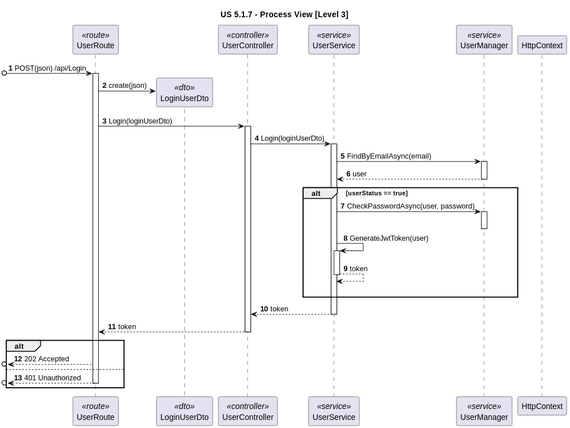
The PlantUML diagram docs/sprint-1/us-5.1.7/diagrams/level-3-process-view.svg in rita-barbosa/LAPR5-2425, before a commit. Its diagram source:
```plantuml
@startuml
title "US 5.1.7 - Process View [Level 3]"

autonumber
participant "UserRoute" as ROUTE <<route>>
participant "LoginUserDto" as DTO <<dto>>
participant "UserController" as CTRL <<controller>>
participant "UserService" as SVC <<service>>
participant "UserManager" as IEL <<service>>
participant "HttpContext" as HC

[o-> ROUTE: POST(json) /api/Login
activate ROUTE

ROUTE -> DTO **: create(json)

ROUTE -> CTRL: Login(loginUserDto)
activate CTRL

CTRL ->  SVC: Login(loginUserDto)
activate SVC

SVC -> IEL : FindByEmailAsync(email)
activate IEL

IEL --> SVC : user
deactivate IEL

alt userStatus == true
    SVC -> IEL: CheckPasswordAsync(user, password)
    activate IEL
    deactivate IEL

    SVC -> SVC: GenerateJwtToken(user)
    activate SVC

    SVC --> SVC: token
    deactivate SVC
    |||
end alt


SVC --> CTRL: token
deactivate SVC

CTRL --> ROUTE: token
deactivate CTRL

alt
[o<-- ROUTE : 202 Accepted

else

[o<-- ROUTE : 401 Unauthorized
deactivate ROUTE
end alt
@enduml
```
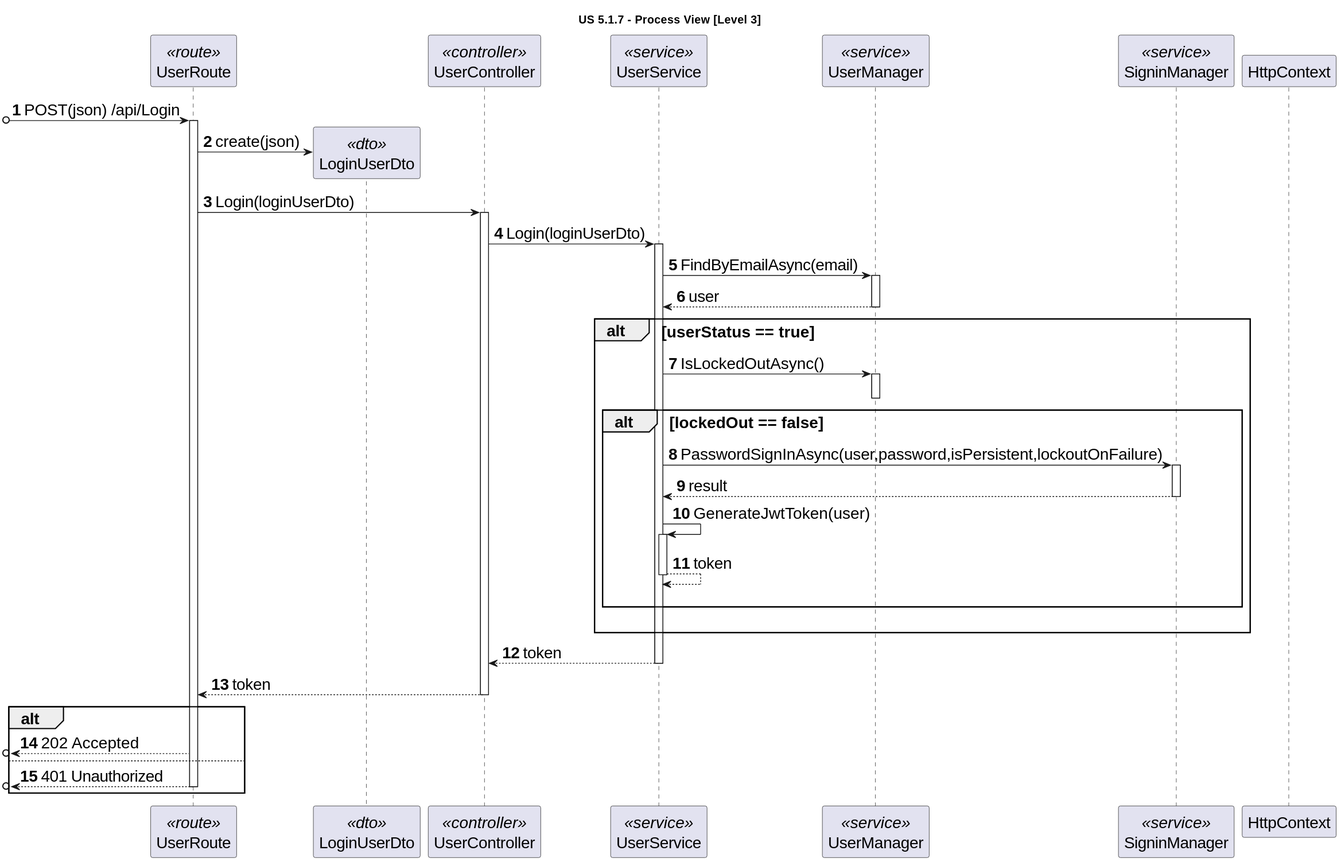
After the change.

Change to the diagram source:
```diff
@@ -1,4 +1,6 @@
 @startuml
+skinparamlocked defaultFontSize 20
+
 title "US 5.1.7 - Process View [Level 3]"
 
 autonumber
@@ -7,6 +9,7 @@
 participant "UserController" as CTRL <<controller>>
 participant "UserService" as SVC <<service>>
 participant "UserManager" as IEL <<service>>
+participant "SigninManager" as SIM <<service>>
 participant "HttpContext" as HC
 
 [o-> ROUTE: POST(json) /api/Login
@@ -27,15 +30,25 @@
 deactivate IEL
 
 alt userStatus == true
-    SVC -> IEL: CheckPasswordAsync(user, password)
+    SVC -> IEL: IsLockedOutAsync()
     activate IEL
     deactivate IEL
+
+    alt lockedOut == false
+
+    SVC -> SIM : PasswordSignInAsync(user,password,isPersistent,lockoutOnFailure)
+    activate SIM
+
+    SIM --> SVC: result
+    deactivate SIM
 
     SVC -> SVC: GenerateJwtToken(user)
     activate SVC
 
     SVC --> SVC: token
     deactivate SVC
+    |||
+    end alt
     |||
 end alt
 
```
